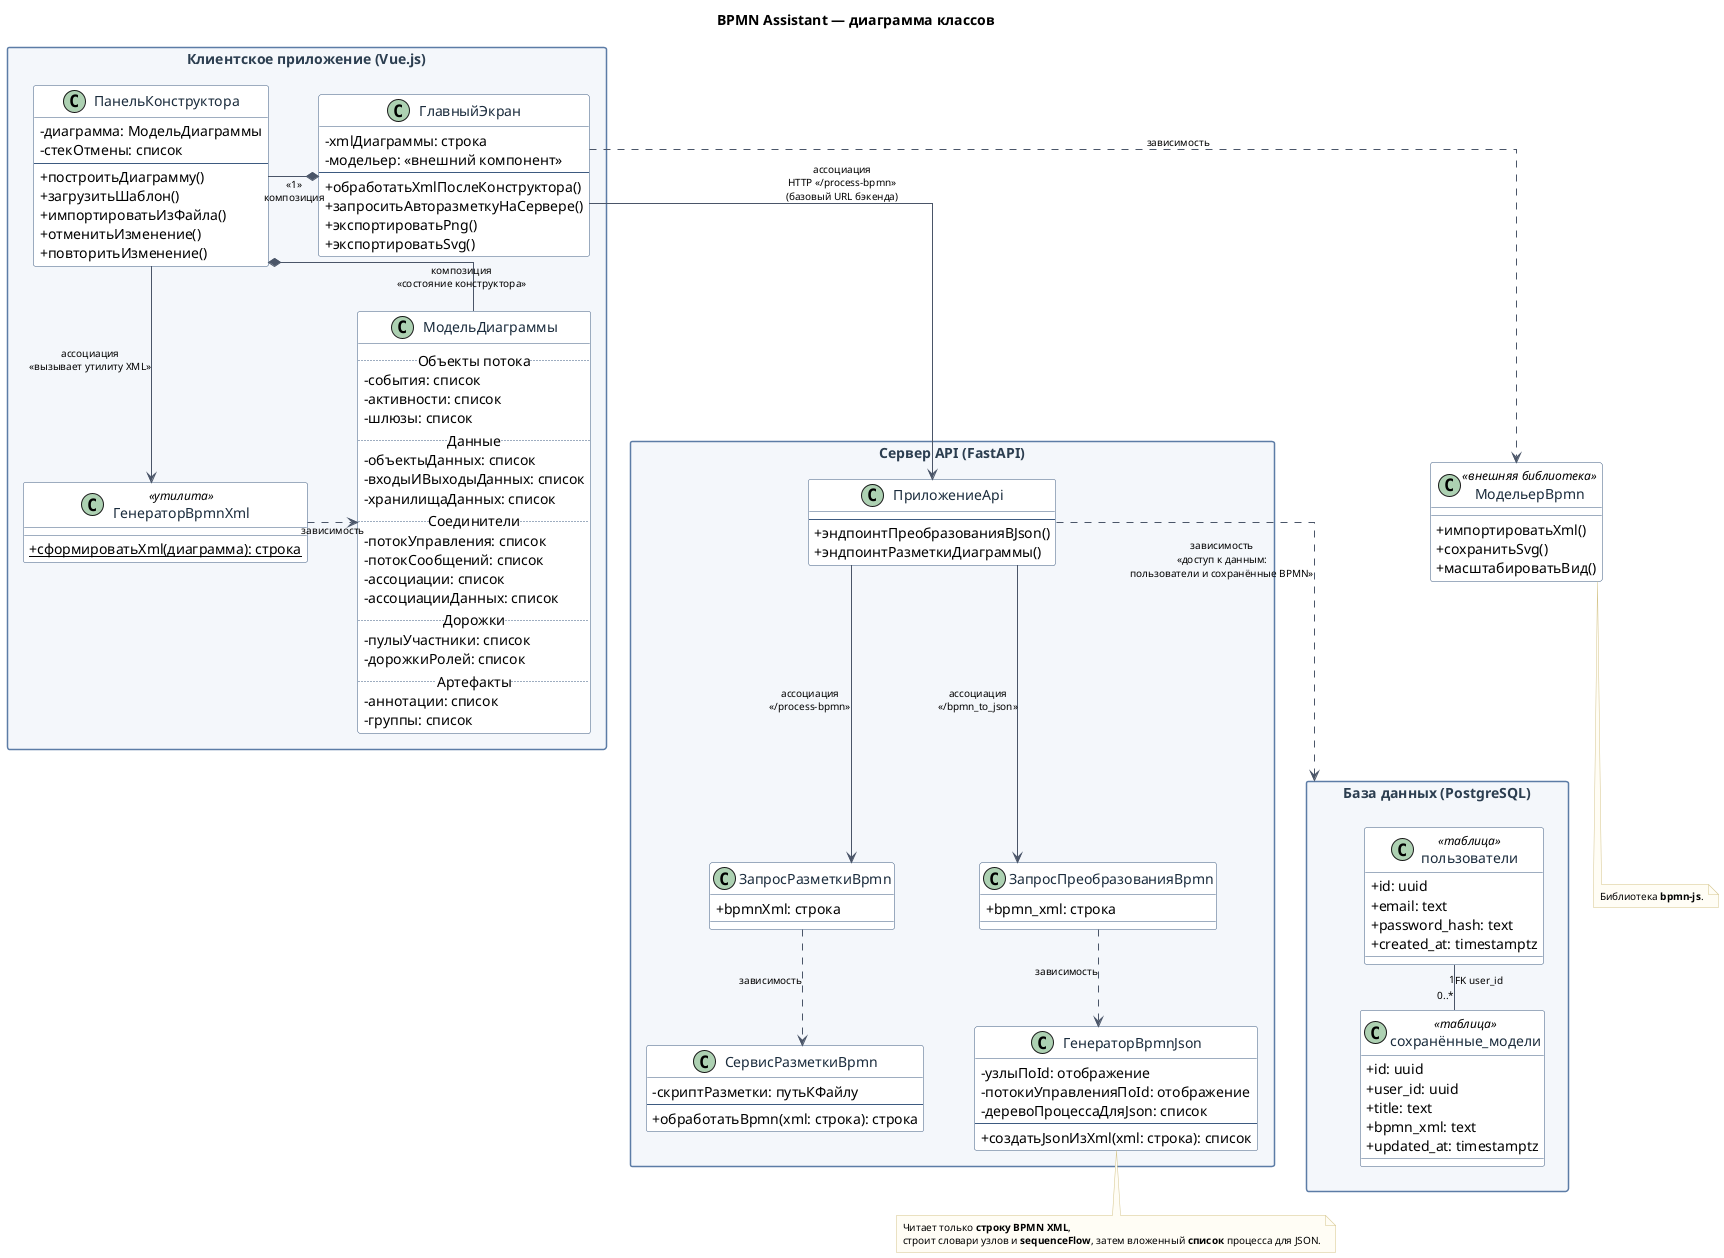
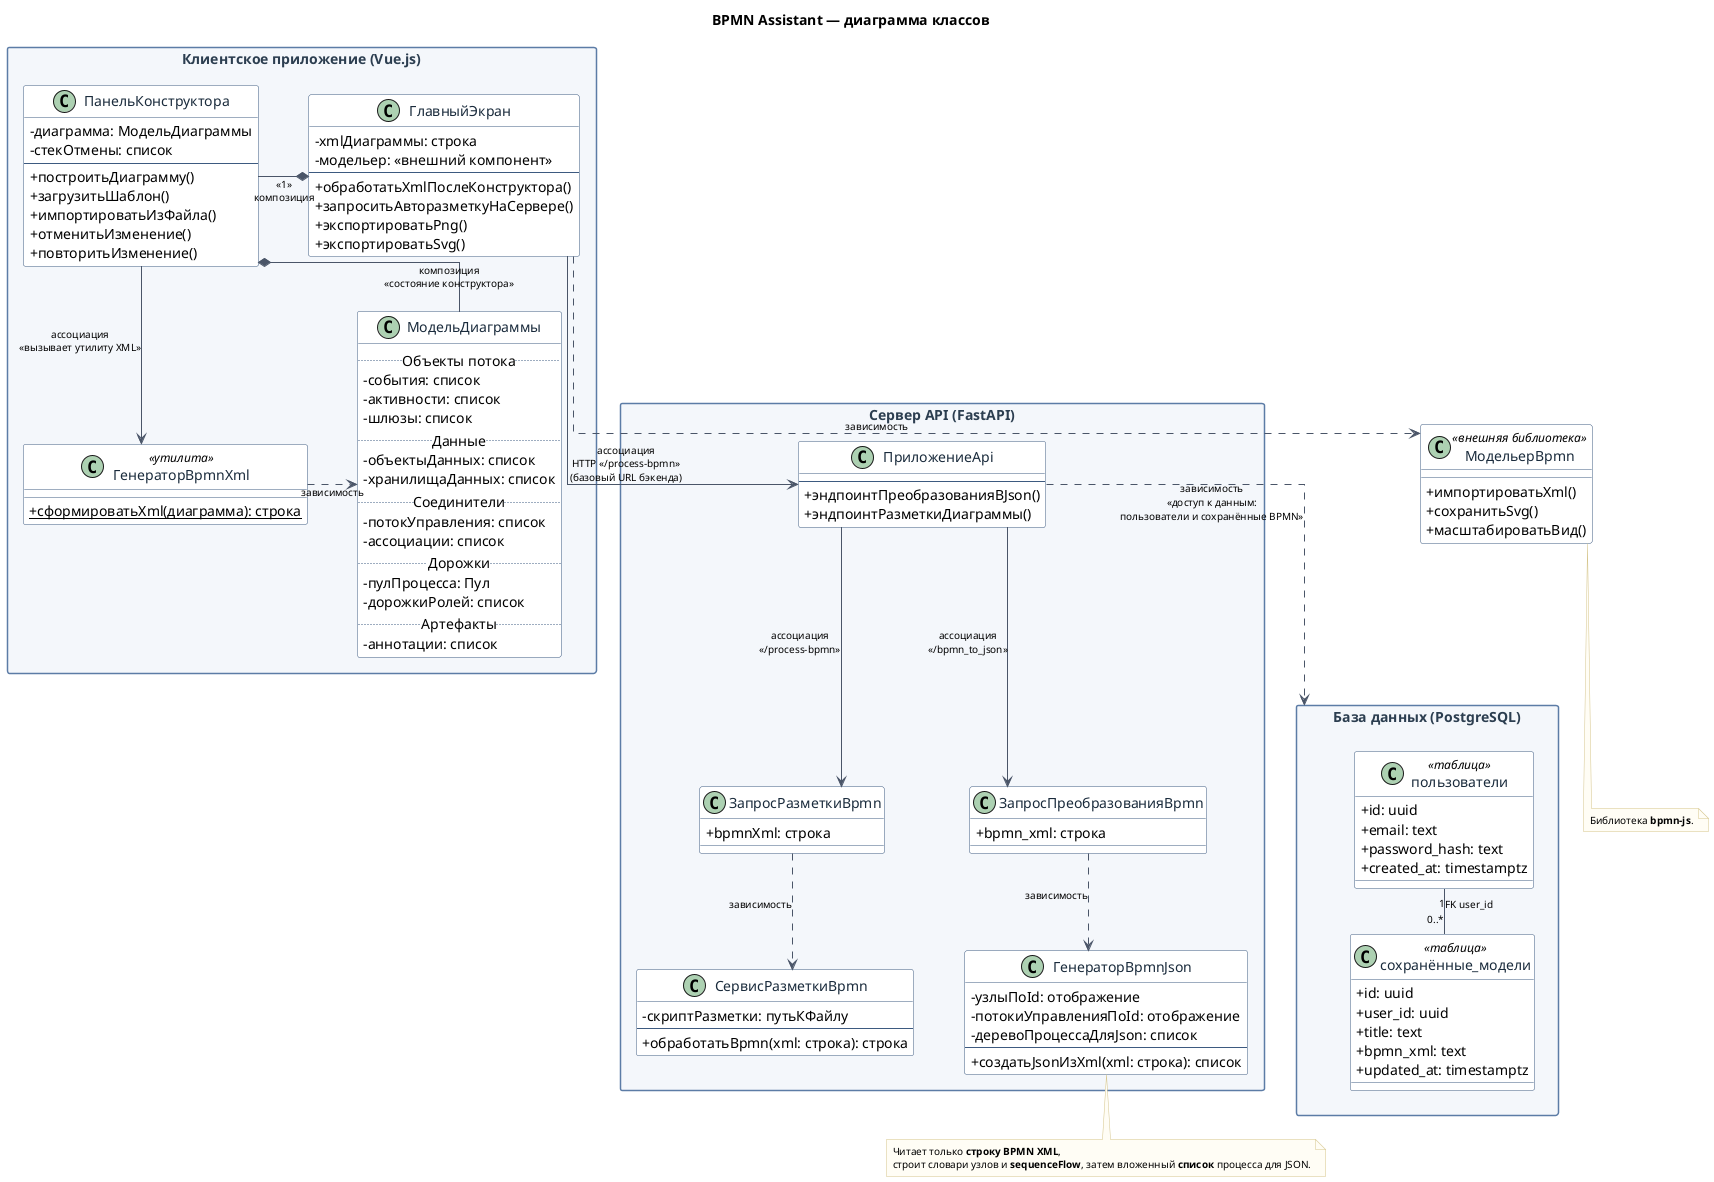
@startuml bpmn-assistant-class-diagram
title BPMN Assistant — диаграмма классов

skinparam shadowing false
skinparam handwritten false
skinparam linetype ortho
skinparam nodesep 50
skinparam ranksep 45
skinparam classAttributeIconSize 0
skinparam packageStyle rectangle
skinparam package {
  BackgroundColor #F4F7FB
  BorderColor #5C7CA6
  FontStyle bold
  FontColor #2C3E50
}
skinparam class {
  BackgroundColor #FFFFFF
  BorderColor #3D5A80
  FontColor #1A2B3C
}
skinparam arrow {
  Color #4A5568
  FontSize 10
}
skinparam note {
  BackgroundColor #FFFDF5
  BorderColor #D4C48A
  FontSize 10
}

' --- Клиент ---
package "Клиентское приложение (Vue.js)" as PKG_CLIENT {

  class ГлавныйЭкран {
    - xmlДиаграммы: строка
    - модельер: «внешний компонент»
    --
    + обработатьXmlПослеКонструктора()
    + запроситьАвторазметкуНаСервере()
    + экспортироватьPng()
    + экспортироватьSvg()
  }

  class ПанельКонструктора {
    - диаграмма: МодельДиаграммы
    - стекОтмены: список
    --
    + построитьДиаграмму()
    + загрузитьШаблон()
    + импортироватьИзФайла()
    + отменитьИзменение()
    + повторитьИзменение()
  }

  class МодельДиаграммы {
    .. Объекты потока ..
    - события: список
    - активности: список
    - шлюзы: список
    .. Данные ..
    - объектыДанных: список
-     - входыИВыходыДанных: список
    - хранилищаДанных: список
    .. Соединители ..
    - потокУправления: список
-     - потокСообщений: список
    - ассоциации: список
-     - ассоциацииДанных: список
    .. Дорожки ..
-     - пулыУчастники: список
+     - пулПроцесса: Пул
    - дорожкиРолей: список
    .. Артефакты ..
    - аннотации: список
-     - группы: список
  }

  class ГенераторBpmnXml <<утилита>> {
    {static} + сформироватьXml(диаграмма): строка
  }
}

class МодельерBpmn <<внешняя библиотека>> {
  + импортироватьXml()
  + сохранитьSvg()
  + масштабироватьВид()
}

' --- Сервер ---
package "Сервер API (FastAPI)" as PKG_SERVER {

  class ПриложениеApi {
    --
    + эндпоинтПреобразованияВJson()
    + эндпоинтРазметкиДиаграммы()
  }

  class ЗапросПреобразованияBpmn {
    + bpmn_xml: строка
  }

  class ЗапросРазметкиBpmn {
    + bpmnXml: строка
  }

  class ГенераторBpmnJson {
    - узлыПоId: отображение
    - потокиУправленияПоId: отображение
    - деревоПроцессаДляJson: список
    --
    + создатьJsonИзXml(xml: строка): список
  }

  class СервисРазметкиBpmn {
    - скриптРазметки: путьКФайлу
    --
    + обработатьBpmn(xml: строка): строка
  }
}

' --- База данных (персистенция) ---
package "База данных (PostgreSQL)" as PKG_DB {

  class пользователи <<таблица>> {
    + id: uuid
    + email: text
    + password_hash: text
    + created_at: timestamptz
  }

  class сохранённые_модели <<таблица>> {
    + id: uuid
    + user_id: uuid
    + title: text
    + bpmn_xml: text
    + updated_at: timestamptz
  }

  пользователи "1" -- "0..*" сохранённые_модели : «FK user_id»
}

' --- Три вида отношений (по учебнику UML) ---
' *-- композиция | --> ассоциация (сплошая) | ..> зависимость (пунктир)

' Композиция: часть не имеет смысла без целого
ГлавныйЭкран *-right-- ПанельКонструктора : «1»\nкомпозиция
ПанельКонструктора *-right-- МодельДиаграммы : композиция\n«состояние конструктора»

' Ассоциация: устойчивое использование функционала / обмен по контракту
ГлавныйЭкран -down-> ПриложениеApi : ассоциация\nHTTP «/process-bpmn»\n(базовый URL бэкенда)
ПанельКонструктора -down-> ГенераторBpmnXml : ассоциация\n«вызывает утилиту XML»
ПриложениеApi -down-> ЗапросПреобразованияBpmn : ассоциация\n«/bpmn_to_json»
ПриложениеApi -down-> ЗапросРазметкиBpmn : ассоциация\n«/process-bpmn»

' Зависимость: изменение «неизменного» класса может потребовать правки зависимого
ГлавныйЭкран .down.> МодельерBpmn : зависимость
ГенераторBpmnXml .right.> МодельДиаграммы : зависимость
ЗапросПреобразованияBpmn .down.> ГенераторBpmnJson : зависимость
ЗапросРазметкиBpmn .down.> СервисРазметкиBpmn : зависимость

ПриложениеApi .down.> PKG_DB : зависимость\n«доступ к данным:\nпользователи и сохранённые BPMN»


note bottom of МодельерBpmn
  Библиотека **bpmn-js**.
end note

note bottom of ГенераторBpmnJson
  Читает только **строку BPMN XML**,
  строит словари узлов и **sequenceFlow**, затем вложенный **список** процесса для JSON.
end note

@enduml
